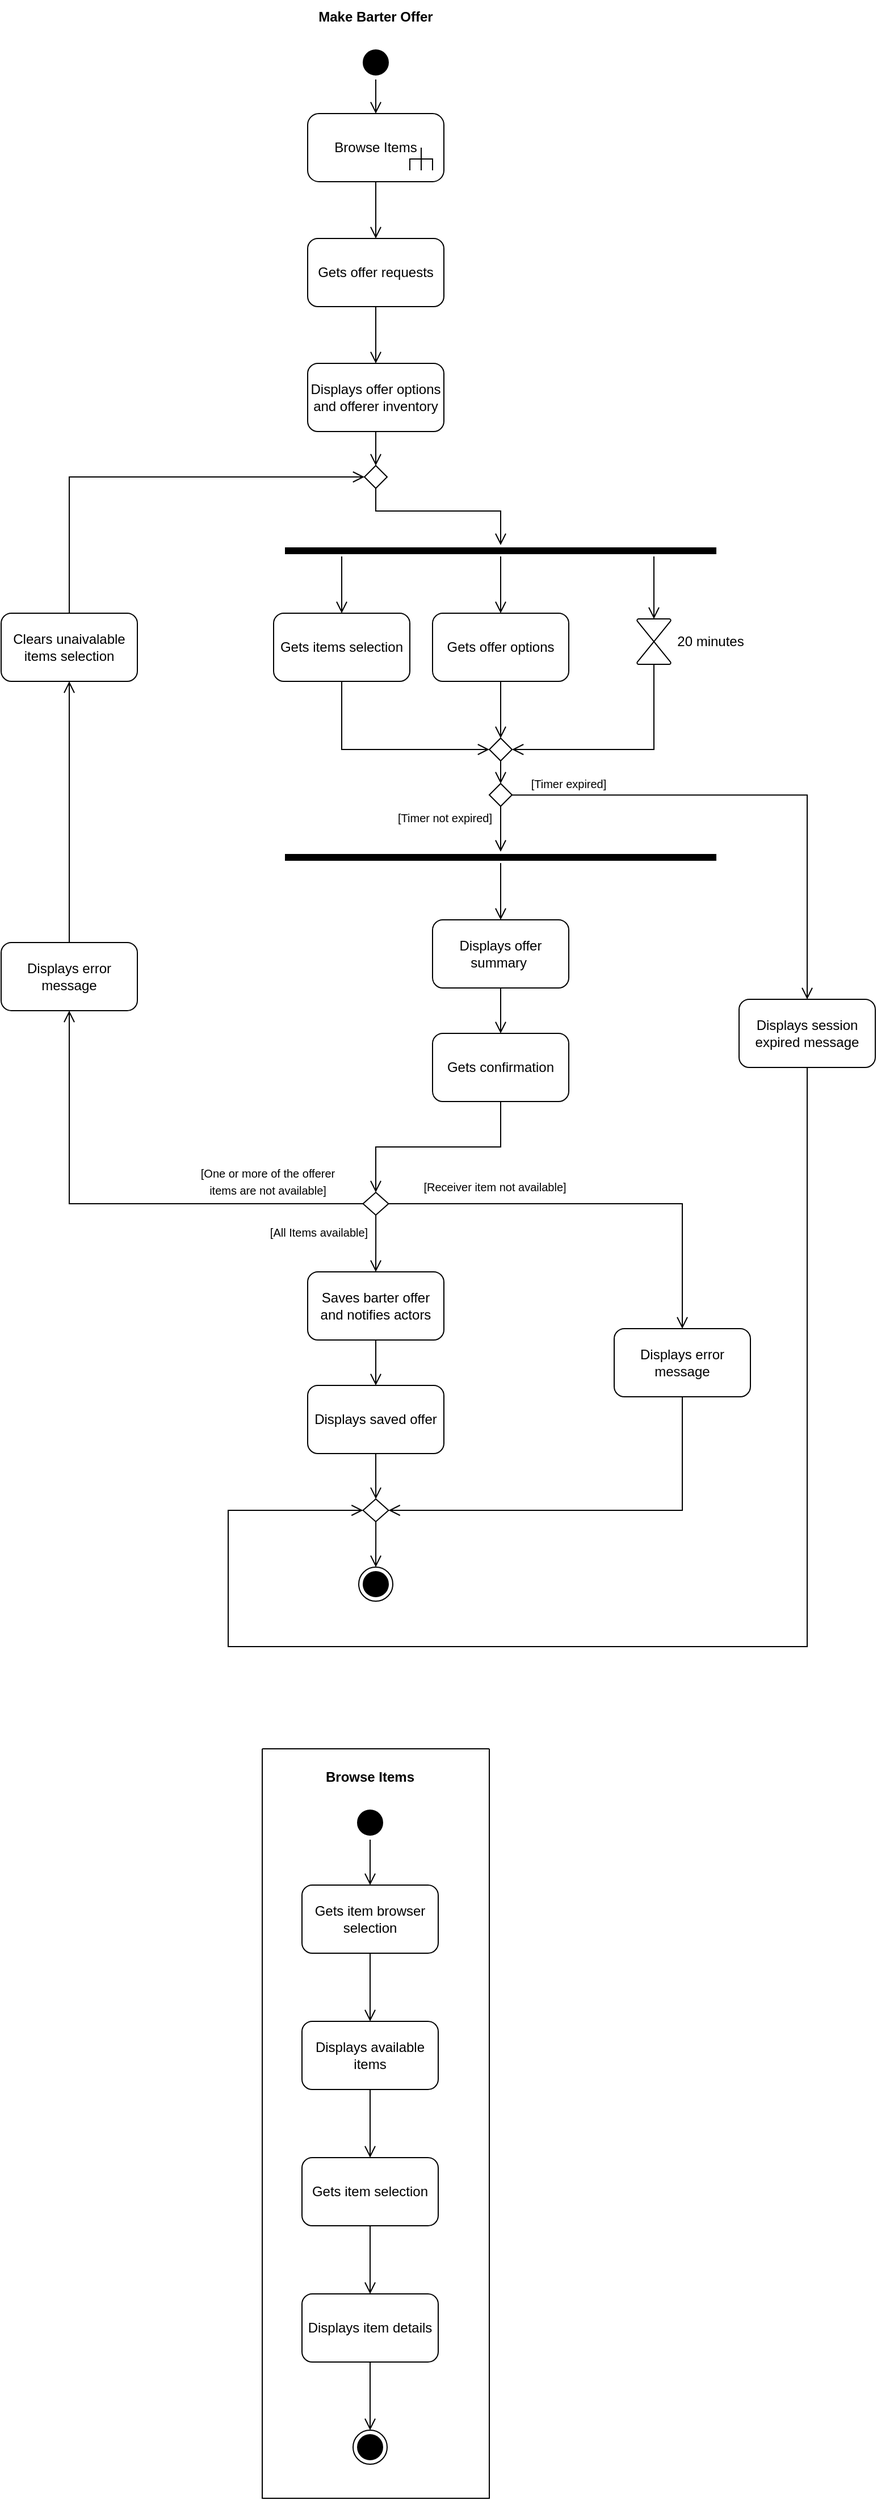
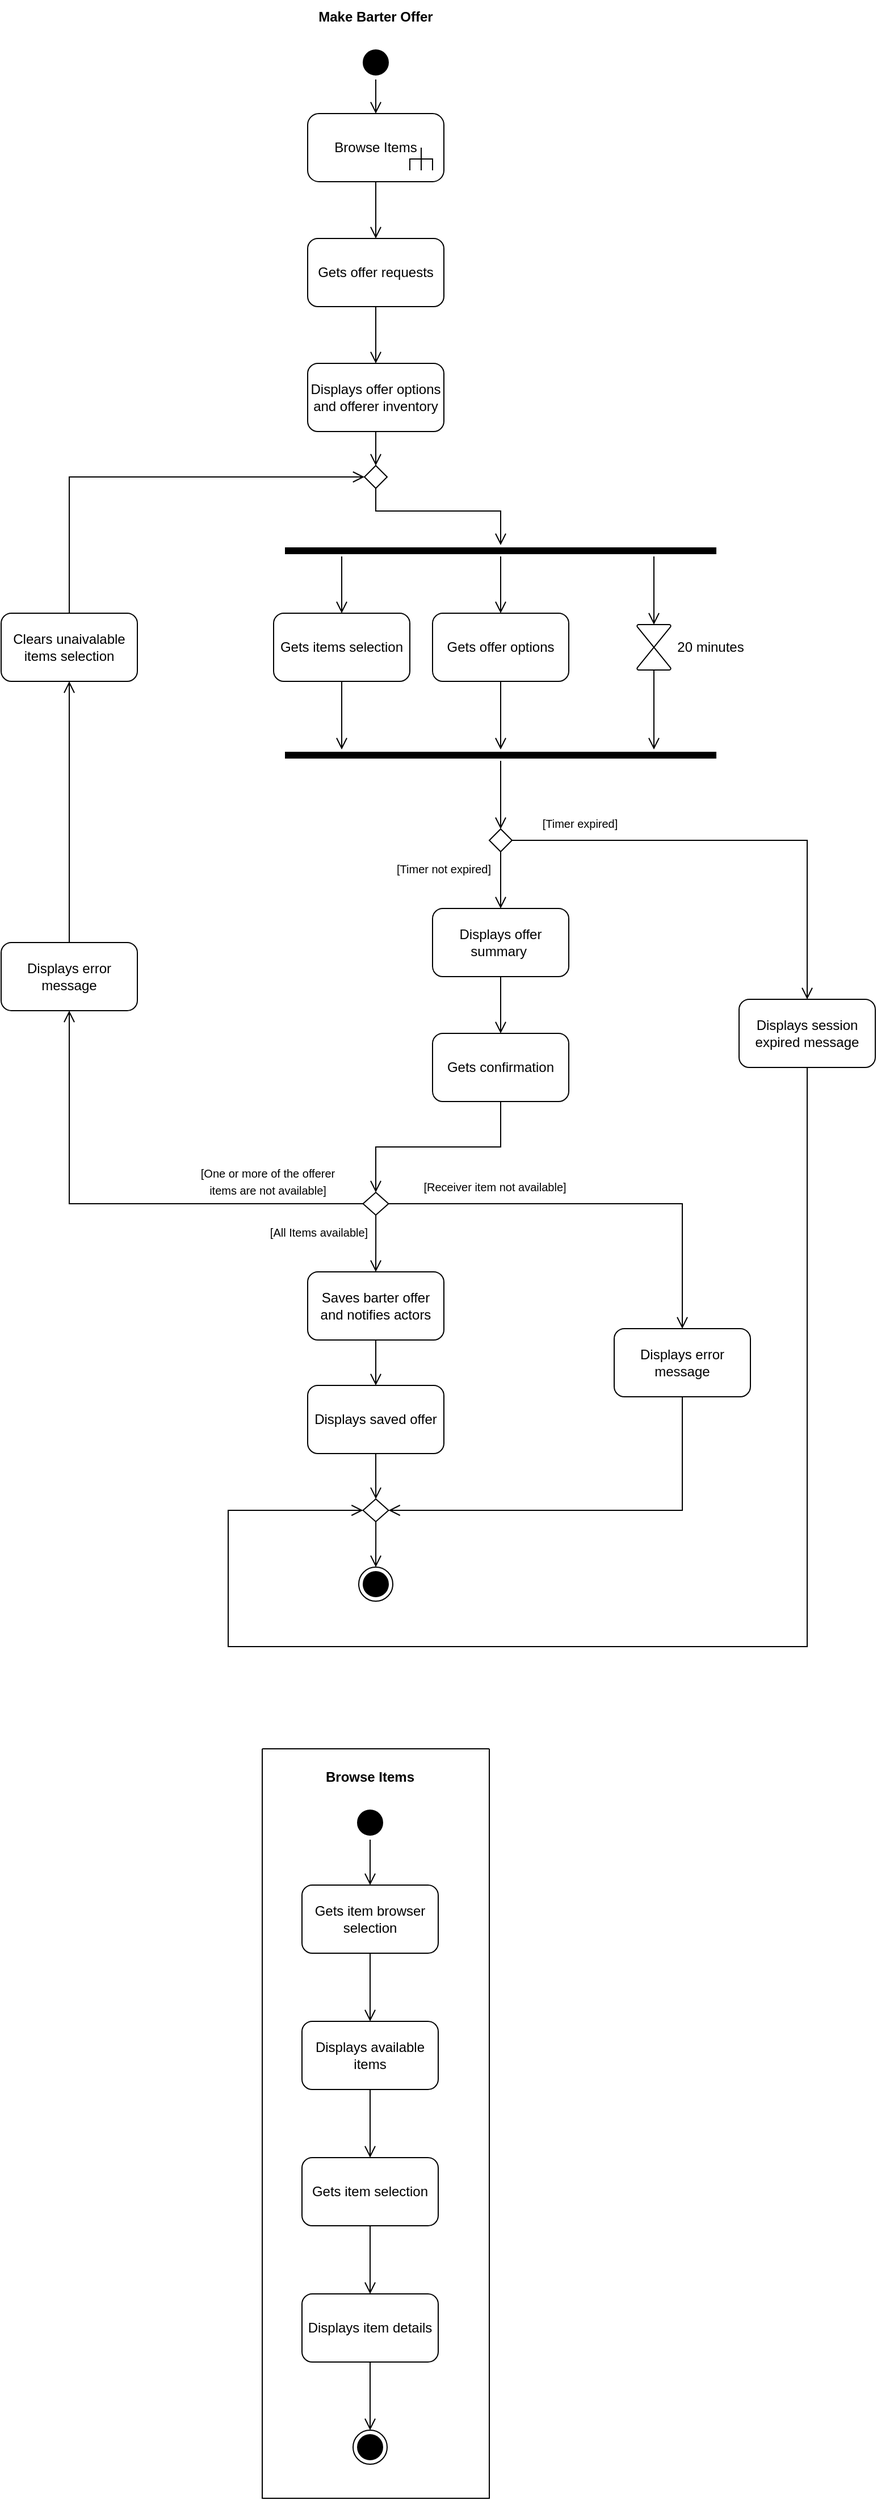
<mxfile host="app.diagrams.net">
  <diagram name="Pagina-1" id="wzVvh0PLMof7XneZ3m_G">
-     <mxGraphModel dx="2500" dy="1423" grid="1" gridSize="10" guides="1" tooltips="1" connect="1" arrows="1" fold="1" page="1" pageScale="1" pageWidth="827" pageHeight="1169" math="0" shadow="0">
+     <mxGraphModel dx="2353" dy="1339" grid="1" gridSize="10" guides="1" tooltips="1" connect="1" arrows="1" fold="1" page="1" pageScale="1" pageWidth="827" pageHeight="1169" math="0" shadow="0">
      <root>
        <mxCell id="0" />
        <mxCell id="1" parent="0" />
        <mxCell id="98pQ5EC6WEBKg6TK99Ge-1" parent="1" style="text;html=1;whiteSpace=wrap;strokeColor=none;fillColor=none;align=center;verticalAlign=middle;rounded=0;" value="&lt;b&gt;Make Barter Offer&lt;/b&gt;" vertex="1">
          <mxGeometry height="30" width="140" x="300" y="20" as="geometry" />
        </mxCell>
        <mxCell id="98pQ5EC6WEBKg6TK99Ge-6" parent="1" style="ellipse;html=1;shape=startState;fillColor=#000000;strokeColor=#000000;" value="" vertex="1">
          <mxGeometry height="30" width="30" x="355" y="60" as="geometry" />
        </mxCell>
        <mxCell id="98pQ5EC6WEBKg6TK99Ge-7" edge="1" parent="1" source="98pQ5EC6WEBKg6TK99Ge-6" style="edgeStyle=orthogonalEdgeStyle;html=1;verticalAlign=bottom;endArrow=open;endSize=8;strokeColor=#000000;rounded=0;" target="_pa2qI_lrXjVzIk5UoWA-33" value="">
          <mxGeometry relative="1" as="geometry">
            <mxPoint x="370" y="120" as="targetPoint" />
          </mxGeometry>
        </mxCell>
        <mxCell id="98pQ5EC6WEBKg6TK99Ge-8" parent="1" style="rounded=1;whiteSpace=wrap;html=1;" value="Gets offer requests" vertex="1">
          <mxGeometry height="60" width="120" x="310" y="230" as="geometry" />
        </mxCell>
        <mxCell id="98pQ5EC6WEBKg6TK99Ge-9" parent="1" style="rounded=1;whiteSpace=wrap;html=1;" value="Displays offer options and offerer inventory" vertex="1">
          <mxGeometry height="60" width="120" x="310" y="340" as="geometry" />
        </mxCell>
        <mxCell id="98pQ5EC6WEBKg6TK99Ge-11" parent="1" style="rounded=1;whiteSpace=wrap;html=1;" value="Displays offer summary&amp;nbsp;" vertex="1">
-           <mxGeometry height="60" width="120" x="420" y="830" as="geometry" />
+           <mxGeometry height="60" width="120" x="420" y="820" as="geometry" />
        </mxCell>
        <mxCell id="98pQ5EC6WEBKg6TK99Ge-12" parent="1" style="rounded=1;whiteSpace=wrap;html=1;" value="Gets confirmation" vertex="1">
          <mxGeometry height="60" width="120" x="420" y="930" as="geometry" />
        </mxCell>
        <mxCell id="98pQ5EC6WEBKg6TK99Ge-14" parent="1" style="rounded=1;whiteSpace=wrap;html=1;" value="Saves barter offer and notifies actors" vertex="1">
          <mxGeometry height="60" width="120" x="310" y="1140" as="geometry" />
        </mxCell>
        <mxCell id="98pQ5EC6WEBKg6TK99Ge-16" parent="1" style="rounded=1;whiteSpace=wrap;html=1;" value="Displays saved offer" vertex="1">
          <mxGeometry height="60" width="120" x="310" y="1240" as="geometry" />
        </mxCell>
        <mxCell id="98pQ5EC6WEBKg6TK99Ge-17" edge="1" parent="1" source="_pa2qI_lrXjVzIk5UoWA-33" style="edgeStyle=orthogonalEdgeStyle;html=1;verticalAlign=bottom;endArrow=open;endSize=8;strokeColor=#000000;rounded=0;" target="98pQ5EC6WEBKg6TK99Ge-8" value="">
          <mxGeometry relative="1" as="geometry">
            <mxPoint x="370" y="180" as="sourcePoint" />
            <mxPoint x="370" y="230" as="targetPoint" />
          </mxGeometry>
        </mxCell>
        <mxCell id="98pQ5EC6WEBKg6TK99Ge-18" edge="1" parent="1" source="98pQ5EC6WEBKg6TK99Ge-8" style="edgeStyle=orthogonalEdgeStyle;html=1;verticalAlign=bottom;endArrow=open;endSize=8;strokeColor=#000000;rounded=0;exitX=0.5;exitY=1;exitDx=0;exitDy=0;" target="98pQ5EC6WEBKg6TK99Ge-9" value="">
          <mxGeometry relative="1" as="geometry">
            <mxPoint x="370" y="320" as="sourcePoint" />
            <mxPoint x="370" y="350" as="targetPoint" />
          </mxGeometry>
        </mxCell>
        <mxCell id="98pQ5EC6WEBKg6TK99Ge-19" edge="1" parent="1" source="98pQ5EC6WEBKg6TK99Ge-9" style="edgeStyle=orthogonalEdgeStyle;html=1;verticalAlign=bottom;endArrow=open;endSize=8;strokeColor=#000000;rounded=0;" target="98pQ5EC6WEBKg6TK99Ge-45" value="">
          <mxGeometry relative="1" as="geometry">
            <mxPoint x="360" y="450" as="sourcePoint" />
            <mxPoint x="360" y="480" as="targetPoint" />
          </mxGeometry>
        </mxCell>
-         <mxCell id="98pQ5EC6WEBKg6TK99Ge-20" edge="1" parent="1" source="_pa2qI_lrXjVzIk5UoWA-3" style="edgeStyle=orthogonalEdgeStyle;html=1;verticalAlign=bottom;endArrow=open;endSize=8;strokeColor=#000000;rounded=0;" target="98pQ5EC6WEBKg6TK99Ge-11" value="">
+         <mxCell id="98pQ5EC6WEBKg6TK99Ge-20" edge="1" parent="1" source="_pa2qI_lrXjVzIk5UoWA-20" style="edgeStyle=orthogonalEdgeStyle;html=1;verticalAlign=bottom;endArrow=open;endSize=8;strokeColor=#000000;rounded=0;" target="98pQ5EC6WEBKg6TK99Ge-11" value="">
          <mxGeometry relative="1" as="geometry">
            <mxPoint x="695" y="1075" as="sourcePoint" />
            <mxPoint x="290" y="900" as="targetPoint" />
          </mxGeometry>
        </mxCell>
        <mxCell id="98pQ5EC6WEBKg6TK99Ge-21" edge="1" parent="1" source="98pQ5EC6WEBKg6TK99Ge-11" style="edgeStyle=orthogonalEdgeStyle;html=1;verticalAlign=bottom;endArrow=open;endSize=8;strokeColor=#000000;rounded=0;" target="98pQ5EC6WEBKg6TK99Ge-12" value="">
          <mxGeometry relative="1" as="geometry">
            <mxPoint x="290" y="990" as="sourcePoint" />
            <mxPoint x="290" y="1020" as="targetPoint" />
          </mxGeometry>
        </mxCell>
        <mxCell id="98pQ5EC6WEBKg6TK99Ge-22" edge="1" parent="1" source="98pQ5EC6WEBKg6TK99Ge-12" style="edgeStyle=orthogonalEdgeStyle;html=1;verticalAlign=bottom;endArrow=open;endSize=8;strokeColor=#000000;rounded=0;" target="98pQ5EC6WEBKg6TK99Ge-34" value="">
          <mxGeometry relative="1" as="geometry">
            <Array as="points">
              <mxPoint x="480" y="1030" />
              <mxPoint x="370" y="1030" />
            </Array>
            <mxPoint x="370" y="1060" as="sourcePoint" />
            <mxPoint x="370" y="1090" as="targetPoint" />
          </mxGeometry>
        </mxCell>
        <mxCell id="98pQ5EC6WEBKg6TK99Ge-23" edge="1" parent="1" source="98pQ5EC6WEBKg6TK99Ge-39" style="edgeStyle=orthogonalEdgeStyle;html=1;verticalAlign=bottom;endArrow=open;endSize=8;strokeColor=#000000;rounded=0;" target="98pQ5EC6WEBKg6TK99Ge-40" value="">
          <mxGeometry relative="1" as="geometry">
            <Array as="points">
              <mxPoint x="640" y="1350" />
            </Array>
            <mxPoint x="710" y="1340" as="sourcePoint" />
            <mxPoint x="370" y="1440" as="targetPoint" />
          </mxGeometry>
        </mxCell>
        <mxCell id="98pQ5EC6WEBKg6TK99Ge-26" edge="1" parent="1" source="98pQ5EC6WEBKg6TK99Ge-34" style="edgeStyle=orthogonalEdgeStyle;html=1;verticalAlign=bottom;endArrow=open;endSize=8;strokeColor=#000000;rounded=0;" target="98pQ5EC6WEBKg6TK99Ge-39" value="">
          <mxGeometry relative="1" as="geometry">
            <mxPoint x="470" y="1080" as="sourcePoint" />
            <mxPoint x="500" y="1080" as="targetPoint" />
          </mxGeometry>
        </mxCell>
        <mxCell id="98pQ5EC6WEBKg6TK99Ge-27" edge="1" parent="1" source="98pQ5EC6WEBKg6TK99Ge-34" style="edgeStyle=orthogonalEdgeStyle;html=1;verticalAlign=bottom;endArrow=open;endSize=8;strokeColor=#000000;rounded=0;exitX=0;exitY=0.5;exitDx=0;exitDy=0;" target="98pQ5EC6WEBKg6TK99Ge-42" value="">
          <mxGeometry relative="1" as="geometry">
            <mxPoint x="500" y="1030" as="sourcePoint" />
            <mxPoint x="200" y="1080" as="targetPoint" />
          </mxGeometry>
        </mxCell>
        <mxCell id="98pQ5EC6WEBKg6TK99Ge-28" edge="1" parent="1" source="98pQ5EC6WEBKg6TK99Ge-40" style="edgeStyle=orthogonalEdgeStyle;html=1;verticalAlign=bottom;endArrow=open;endSize=8;strokeColor=#000000;rounded=0;" target="98pQ5EC6WEBKg6TK99Ge-41" value="">
          <mxGeometry relative="1" as="geometry">
            <mxPoint x="481.05" y="1470" as="sourcePoint" />
            <mxPoint x="481.05" y="1500" as="targetPoint" />
          </mxGeometry>
        </mxCell>
        <mxCell id="98pQ5EC6WEBKg6TK99Ge-31" edge="1" parent="1" source="98pQ5EC6WEBKg6TK99Ge-43" style="edgeStyle=orthogonalEdgeStyle;html=1;verticalAlign=bottom;endArrow=open;endSize=8;strokeColor=#000000;rounded=0;" target="98pQ5EC6WEBKg6TK99Ge-45" value="">
          <mxGeometry relative="1" as="geometry">
            <Array as="points">
              <mxPoint x="100" y="440" />
            </Array>
            <mxPoint x="720" y="700" as="sourcePoint" />
            <mxPoint x="720" y="730" as="targetPoint" />
          </mxGeometry>
        </mxCell>
        <mxCell id="98pQ5EC6WEBKg6TK99Ge-32" edge="1" parent="1" source="98pQ5EC6WEBKg6TK99Ge-45" style="edgeStyle=orthogonalEdgeStyle;html=1;verticalAlign=bottom;endArrow=open;endSize=8;strokeColor=#000000;rounded=0;" target="_pa2qI_lrXjVzIk5UoWA-2" value="">
          <mxGeometry relative="1" as="geometry">
            <Array as="points">
              <mxPoint x="370" y="470" />
              <mxPoint x="480" y="470" />
            </Array>
            <mxPoint x="690" y="695" as="sourcePoint" />
            <mxPoint x="690" y="725" as="targetPoint" />
          </mxGeometry>
        </mxCell>
        <mxCell id="98pQ5EC6WEBKg6TK99Ge-33" edge="1" parent="1" source="98pQ5EC6WEBKg6TK99Ge-34" style="edgeStyle=orthogonalEdgeStyle;html=1;verticalAlign=bottom;endArrow=open;endSize=8;strokeColor=#000000;rounded=0;" target="98pQ5EC6WEBKg6TK99Ge-14" value="">
          <mxGeometry relative="1" as="geometry">
            <mxPoint x="540" y="1080" as="sourcePoint" />
            <mxPoint x="370" y="1120" as="targetPoint" />
          </mxGeometry>
        </mxCell>
        <mxCell id="98pQ5EC6WEBKg6TK99Ge-34" parent="1" style="rhombus;whiteSpace=wrap;html=1;" value="" vertex="1">
          <mxGeometry height="20" width="22.5" x="358.75" y="1070" as="geometry" />
        </mxCell>
        <mxCell id="98pQ5EC6WEBKg6TK99Ge-36" parent="1" style="text;html=1;whiteSpace=wrap;strokeColor=none;fillColor=none;align=center;verticalAlign=middle;rounded=0;" value="&lt;font style=&quot;font-size: 10px;&quot;&gt;[Receiver item not available]&lt;/font&gt;" vertex="1">
          <mxGeometry height="30" width="130" x="410" y="1050" as="geometry" />
        </mxCell>
        <mxCell id="98pQ5EC6WEBKg6TK99Ge-37" parent="1" style="text;html=1;whiteSpace=wrap;strokeColor=none;fillColor=none;align=center;verticalAlign=middle;rounded=0;" value="&lt;font style=&quot;font-size: 10px;&quot;&gt;[One or more of the offerer items are not available]&lt;/font&gt;" vertex="1">
          <mxGeometry height="30" width="130" x="210" y="1045" as="geometry" />
        </mxCell>
        <mxCell id="98pQ5EC6WEBKg6TK99Ge-38" parent="1" style="text;html=1;whiteSpace=wrap;strokeColor=none;fillColor=none;align=center;verticalAlign=middle;rounded=0;" value="&lt;font style=&quot;font-size: 10px;&quot;&gt;[All Items available]&lt;/font&gt;" vertex="1">
          <mxGeometry height="30" width="90" x="275" y="1090" as="geometry" />
        </mxCell>
        <mxCell id="98pQ5EC6WEBKg6TK99Ge-39" parent="1" style="rounded=1;whiteSpace=wrap;html=1;" value="Displays error message" vertex="1">
          <mxGeometry height="60" width="120" x="580" y="1190" as="geometry" />
        </mxCell>
        <mxCell id="98pQ5EC6WEBKg6TK99Ge-40" parent="1" style="rhombus;whiteSpace=wrap;html=1;" value="" vertex="1">
          <mxGeometry height="20" width="22.5" x="358.75" y="1340" as="geometry" />
        </mxCell>
        <mxCell id="98pQ5EC6WEBKg6TK99Ge-41" parent="1" style="ellipse;html=1;shape=endState;fillColor=#000000;strokeColor=#000000;" value="" vertex="1">
          <mxGeometry height="30" width="30" x="355" y="1400" as="geometry" />
        </mxCell>
        <mxCell id="98pQ5EC6WEBKg6TK99Ge-42" parent="1" style="rounded=1;whiteSpace=wrap;html=1;" value="Displays error message" vertex="1">
          <mxGeometry height="60" width="120" x="40" y="850" as="geometry" />
        </mxCell>
        <mxCell id="98pQ5EC6WEBKg6TK99Ge-43" parent="1" style="rounded=1;whiteSpace=wrap;html=1;" value="Clears unaivalable items selection" vertex="1">
          <mxGeometry height="60" width="120" x="40" y="560" as="geometry" />
        </mxCell>
        <mxCell id="98pQ5EC6WEBKg6TK99Ge-45" parent="1" style="rhombus;whiteSpace=wrap;html=1;" value="" vertex="1">
          <mxGeometry height="20" width="20" x="360" y="430" as="geometry" />
        </mxCell>
        <mxCell id="98pQ5EC6WEBKg6TK99Ge-47" edge="1" parent="1" source="98pQ5EC6WEBKg6TK99Ge-42" style="edgeStyle=orthogonalEdgeStyle;html=1;verticalAlign=bottom;endArrow=open;endSize=8;strokeColor=#000000;rounded=0;" target="98pQ5EC6WEBKg6TK99Ge-43" value="">
          <mxGeometry relative="1" as="geometry">
            <mxPoint x="190" y="450" as="sourcePoint" />
            <mxPoint x="190" y="480" as="targetPoint" />
          </mxGeometry>
        </mxCell>
        <mxCell id="98pQ5EC6WEBKg6TK99Ge-49" edge="1" parent="1" source="98pQ5EC6WEBKg6TK99Ge-16" style="edgeStyle=orthogonalEdgeStyle;html=1;verticalAlign=bottom;endArrow=open;endSize=8;strokeColor=#000000;rounded=0;" target="98pQ5EC6WEBKg6TK99Ge-40" value="">
          <mxGeometry relative="1" as="geometry">
            <mxPoint x="550" y="890" as="sourcePoint" />
            <mxPoint x="400" y="1420" as="targetPoint" />
          </mxGeometry>
        </mxCell>
        <mxCell id="98pQ5EC6WEBKg6TK99Ge-54" edge="1" parent="1" source="98pQ5EC6WEBKg6TK99Ge-14" style="edgeStyle=orthogonalEdgeStyle;html=1;verticalAlign=bottom;endArrow=open;endSize=8;strokeColor=#000000;rounded=0;" target="98pQ5EC6WEBKg6TK99Ge-16" value="">
          <mxGeometry relative="1" as="geometry">
            <mxPoint x="370" y="1280" as="sourcePoint" />
            <mxPoint x="370" y="1350" as="targetPoint" />
          </mxGeometry>
        </mxCell>
        <mxCell id="98pQ5EC6WEBKg6TK99Ge-60" parent="1" style="rounded=1;whiteSpace=wrap;html=1;" value="Gets item browser selection" vertex="1">
          <mxGeometry height="60" width="120" x="305" y="1680" as="geometry" />
        </mxCell>
        <mxCell id="98pQ5EC6WEBKg6TK99Ge-61" parent="1" style="rounded=1;whiteSpace=wrap;html=1;" value="Displays available items" vertex="1">
          <mxGeometry height="60" width="120" x="305" y="1800" as="geometry" />
        </mxCell>
        <mxCell id="98pQ5EC6WEBKg6TK99Ge-62" parent="1" style="rounded=1;whiteSpace=wrap;html=1;" value="Gets item selection" vertex="1">
          <mxGeometry height="60" width="120" x="305" y="1920" as="geometry" />
        </mxCell>
        <mxCell id="98pQ5EC6WEBKg6TK99Ge-63" parent="1" style="ellipse;html=1;shape=startState;fillColor=#000000;strokeColor=#000000;" value="" vertex="1">
          <mxGeometry height="30" width="30" x="350" y="1610" as="geometry" />
        </mxCell>
        <mxCell id="98pQ5EC6WEBKg6TK99Ge-64" parent="1" style="ellipse;html=1;shape=endState;fillColor=#000000;strokeColor=#000000;" value="" vertex="1">
          <mxGeometry height="30" width="30" x="350" y="2160" as="geometry" />
        </mxCell>
        <mxCell id="98pQ5EC6WEBKg6TK99Ge-65" edge="1" parent="1" source="98pQ5EC6WEBKg6TK99Ge-63" style="edgeStyle=orthogonalEdgeStyle;html=1;verticalAlign=bottom;endArrow=open;endSize=8;strokeColor=#000000;rounded=0;" target="98pQ5EC6WEBKg6TK99Ge-60" value="">
          <mxGeometry relative="1" as="geometry">
            <mxPoint x="410" y="1640" as="sourcePoint" />
            <mxPoint x="410" y="1670" as="targetPoint" />
          </mxGeometry>
        </mxCell>
        <mxCell id="98pQ5EC6WEBKg6TK99Ge-66" edge="1" parent="1" source="98pQ5EC6WEBKg6TK99Ge-60" style="edgeStyle=orthogonalEdgeStyle;html=1;verticalAlign=bottom;endArrow=open;endSize=8;strokeColor=#000000;rounded=0;" target="98pQ5EC6WEBKg6TK99Ge-61" value="">
          <mxGeometry relative="1" as="geometry">
            <mxPoint x="430" y="1790" as="sourcePoint" />
            <mxPoint x="430" y="1820" as="targetPoint" />
          </mxGeometry>
        </mxCell>
        <mxCell id="98pQ5EC6WEBKg6TK99Ge-67" edge="1" parent="1" source="98pQ5EC6WEBKg6TK99Ge-61" style="edgeStyle=orthogonalEdgeStyle;html=1;verticalAlign=bottom;endArrow=open;endSize=8;strokeColor=#000000;rounded=0;" target="98pQ5EC6WEBKg6TK99Ge-62" value="">
          <mxGeometry relative="1" as="geometry">
            <mxPoint x="500" y="2000" as="sourcePoint" />
            <mxPoint x="500" y="2030" as="targetPoint" />
          </mxGeometry>
        </mxCell>
        <mxCell id="98pQ5EC6WEBKg6TK99Ge-68" edge="1" parent="1" source="98pQ5EC6WEBKg6TK99Ge-62" style="edgeStyle=orthogonalEdgeStyle;html=1;verticalAlign=bottom;endArrow=open;endSize=8;strokeColor=#000000;rounded=0;" target="98pQ5EC6WEBKg6TK99Ge-70" value="">
          <mxGeometry relative="1" as="geometry">
            <mxPoint x="510" y="2140" as="sourcePoint" />
            <mxPoint x="510" y="2170" as="targetPoint" />
          </mxGeometry>
        </mxCell>
        <mxCell id="98pQ5EC6WEBKg6TK99Ge-69" edge="1" parent="1" source="98pQ5EC6WEBKg6TK99Ge-70" style="edgeStyle=orthogonalEdgeStyle;html=1;verticalAlign=bottom;endArrow=open;endSize=8;strokeColor=#000000;rounded=0;" target="98pQ5EC6WEBKg6TK99Ge-64" value="">
          <mxGeometry relative="1" as="geometry">
            <mxPoint x="490" y="2280" as="sourcePoint" />
            <mxPoint x="490" y="2310" as="targetPoint" />
          </mxGeometry>
        </mxCell>
        <mxCell id="98pQ5EC6WEBKg6TK99Ge-70" parent="1" style="rounded=1;whiteSpace=wrap;html=1;" value="Displays item details" vertex="1">
          <mxGeometry height="60" width="120" x="305" y="2040" as="geometry" />
        </mxCell>
        <mxCell id="_pa2qI_lrXjVzIk5UoWA-2" parent="1" style="shape=line;html=1;strokeWidth=6;strokeColor=#000000;" value="" vertex="1">
          <mxGeometry height="10" width="380" x="290" y="500" as="geometry" />
        </mxCell>
        <mxCell id="_pa2qI_lrXjVzIk5UoWA-3" parent="1" style="shape=line;html=1;strokeWidth=6;strokeColor=#000000;" value="" vertex="1">
-           <mxGeometry height="10" width="380" x="290" y="770" as="geometry" />
+           <mxGeometry height="10" width="380" x="290" y="680" as="geometry" />
        </mxCell>
        <mxCell id="_pa2qI_lrXjVzIk5UoWA-4" parent="1" style="rounded=1;whiteSpace=wrap;html=1;" value="Gets items selection" vertex="1">
          <mxGeometry height="60" width="120" x="280" y="560" as="geometry" />
        </mxCell>
        <mxCell id="_pa2qI_lrXjVzIk5UoWA-5" parent="1" style="rounded=1;whiteSpace=wrap;html=1;" value="Gets offer options" vertex="1">
          <mxGeometry height="60" width="120" x="420" y="560" as="geometry" />
        </mxCell>
        <mxCell id="_pa2qI_lrXjVzIk5UoWA-8" parent="1" style="verticalLabelPosition=bottom;verticalAlign=top;html=1;shape=mxgraph.flowchart.collate;" value="" vertex="1">
-           <mxGeometry height="40" width="30" x="600" y="565" as="geometry" />
+           <mxGeometry height="40" width="30" x="600" y="570" as="geometry" />
        </mxCell>
        <mxCell id="_pa2qI_lrXjVzIk5UoWA-9" edge="1" parent="1" source="_pa2qI_lrXjVzIk5UoWA-2" style="edgeStyle=orthogonalEdgeStyle;html=1;verticalAlign=bottom;endArrow=open;endSize=8;strokeColor=#000000;rounded=0;" target="_pa2qI_lrXjVzIk5UoWA-4" value="">
          <mxGeometry relative="1" as="geometry">
            <Array as="points">
              <mxPoint x="340" y="520" />
              <mxPoint x="340" y="520" />
            </Array>
            <mxPoint x="800" y="520" as="sourcePoint" />
            <mxPoint x="800" y="570" as="targetPoint" />
          </mxGeometry>
        </mxCell>
        <mxCell id="_pa2qI_lrXjVzIk5UoWA-10" parent="1" style="text;html=1;whiteSpace=wrap;strokeColor=none;fillColor=none;align=center;verticalAlign=middle;rounded=0;" value="20 minutes" vertex="1">
-           <mxGeometry height="30" width="90" x="620" y="570" as="geometry" />
-         </mxCell>
-         <mxCell id="_pa2qI_lrXjVzIk5UoWA-11" parent="1" style="rhombus;whiteSpace=wrap;html=1;" value="" vertex="1">
-           <mxGeometry height="20" width="20" x="470" y="670" as="geometry" />
+           <mxGeometry height="30" width="90" x="620" y="575" as="geometry" />
        </mxCell>
        <mxCell id="_pa2qI_lrXjVzIk5UoWA-12" edge="1" parent="1" source="_pa2qI_lrXjVzIk5UoWA-2" style="edgeStyle=orthogonalEdgeStyle;html=1;verticalAlign=bottom;endArrow=open;endSize=8;strokeColor=#000000;rounded=0;" target="_pa2qI_lrXjVzIk5UoWA-8" value="">
          <mxGeometry relative="1" as="geometry">
            <Array as="points">
              <mxPoint x="615" y="520" />
              <mxPoint x="615" y="520" />
            </Array>
            <mxPoint x="790" y="760" as="sourcePoint" />
            <mxPoint x="790" y="810" as="targetPoint" />
          </mxGeometry>
        </mxCell>
        <mxCell id="_pa2qI_lrXjVzIk5UoWA-13" edge="1" parent="1" source="_pa2qI_lrXjVzIk5UoWA-2" style="edgeStyle=orthogonalEdgeStyle;html=1;verticalAlign=bottom;endArrow=open;endSize=8;strokeColor=#000000;rounded=0;" target="_pa2qI_lrXjVzIk5UoWA-5" value="">
          <mxGeometry relative="1" as="geometry">
            <mxPoint x="800" y="410" as="sourcePoint" />
            <mxPoint x="800" y="460" as="targetPoint" />
          </mxGeometry>
        </mxCell>
-         <mxCell id="_pa2qI_lrXjVzIk5UoWA-14" edge="1" parent="1" source="_pa2qI_lrXjVzIk5UoWA-8" style="edgeStyle=orthogonalEdgeStyle;html=1;verticalAlign=bottom;endArrow=open;endSize=8;strokeColor=#000000;rounded=0;" target="_pa2qI_lrXjVzIk5UoWA-11" value="">
-           <mxGeometry relative="1" as="geometry">
-             <Array as="points">
-               <mxPoint x="615" y="680" />
+         <mxCell id="_pa2qI_lrXjVzIk5UoWA-14" edge="1" parent="1" source="_pa2qI_lrXjVzIk5UoWA-8" style="edgeStyle=orthogonalEdgeStyle;html=1;verticalAlign=bottom;endArrow=open;endSize=8;strokeColor=#000000;rounded=0;" target="_pa2qI_lrXjVzIk5UoWA-3" value="">
+           <mxGeometry relative="1" as="geometry">
+             <Array as="points">
+               <mxPoint x="615" y="650" />
+               <mxPoint x="615" y="650" />
            </Array>
            <mxPoint x="960" y="550" as="sourcePoint" />
-             <mxPoint x="890" y="730" as="targetPoint" />
-           </mxGeometry>
-         </mxCell>
-         <mxCell id="_pa2qI_lrXjVzIk5UoWA-15" edge="1" parent="1" source="_pa2qI_lrXjVzIk5UoWA-11" style="edgeStyle=orthogonalEdgeStyle;html=1;verticalAlign=bottom;endArrow=open;endSize=8;strokeColor=#000000;rounded=0;exitX=0.5;exitY=1;exitDx=0;exitDy=0;" target="_pa2qI_lrXjVzIk5UoWA-20" value="">
-           <mxGeometry relative="1" as="geometry">
-             <Array as="points">
-               <mxPoint x="480" y="700" />
-             </Array>
-             <mxPoint x="1000" y="700" as="sourcePoint" />
-             <mxPoint x="1000" y="750" as="targetPoint" />
-           </mxGeometry>
-         </mxCell>
-         <mxCell id="_pa2qI_lrXjVzIk5UoWA-16" edge="1" parent="1" source="_pa2qI_lrXjVzIk5UoWA-5" style="edgeStyle=orthogonalEdgeStyle;html=1;verticalAlign=bottom;endArrow=open;endSize=8;strokeColor=#000000;rounded=0;" target="_pa2qI_lrXjVzIk5UoWA-11" value="">
+             <mxPoint x="490" y="680" as="targetPoint" />
+           </mxGeometry>
+         </mxCell>
+         <mxCell id="_pa2qI_lrXjVzIk5UoWA-16" edge="1" parent="1" source="_pa2qI_lrXjVzIk5UoWA-5" style="edgeStyle=orthogonalEdgeStyle;html=1;verticalAlign=bottom;endArrow=open;endSize=8;strokeColor=#000000;rounded=0;" target="_pa2qI_lrXjVzIk5UoWA-3" value="">
          <mxGeometry relative="1" as="geometry">
            <Array as="points" />
            <mxPoint x="420" y="640" as="sourcePoint" />
-             <mxPoint x="420" y="670" as="targetPoint" />
-           </mxGeometry>
-         </mxCell>
-         <mxCell id="_pa2qI_lrXjVzIk5UoWA-17" edge="1" parent="1" source="_pa2qI_lrXjVzIk5UoWA-4" style="edgeStyle=orthogonalEdgeStyle;html=1;verticalAlign=bottom;endArrow=open;endSize=8;strokeColor=#000000;rounded=0;" target="_pa2qI_lrXjVzIk5UoWA-11" value="">
-           <mxGeometry relative="1" as="geometry">
-             <Array as="points">
-               <mxPoint x="340" y="680" />
+             <mxPoint x="480" y="670" as="targetPoint" />
+           </mxGeometry>
+         </mxCell>
+         <mxCell id="_pa2qI_lrXjVzIk5UoWA-17" edge="1" parent="1" source="_pa2qI_lrXjVzIk5UoWA-4" style="edgeStyle=orthogonalEdgeStyle;html=1;verticalAlign=bottom;endArrow=open;endSize=8;strokeColor=#000000;rounded=0;" target="_pa2qI_lrXjVzIk5UoWA-3" value="">
+           <mxGeometry relative="1" as="geometry">
+             <Array as="points">
+               <mxPoint x="340" y="650" />
+               <mxPoint x="340" y="650" />
            </Array>
            <mxPoint x="360" y="660" as="sourcePoint" />
-             <mxPoint x="360" y="690" as="targetPoint" />
-           </mxGeometry>
-         </mxCell>
-         <mxCell id="_pa2qI_lrXjVzIk5UoWA-18" edge="1" parent="1" style="edgeStyle=orthogonalEdgeStyle;html=1;verticalAlign=bottom;endArrow=open;endSize=8;strokeColor=#000000;rounded=0;" target="_pa2qI_lrXjVzIk5UoWA-22" value="">
-           <mxGeometry relative="1" as="geometry">
-             <Array as="points">
-               <mxPoint x="750" y="720" />
+             <mxPoint x="470" y="680" as="targetPoint" />
+           </mxGeometry>
+         </mxCell>
+         <mxCell id="_pa2qI_lrXjVzIk5UoWA-18" edge="1" parent="1" source="_pa2qI_lrXjVzIk5UoWA-20" style="edgeStyle=orthogonalEdgeStyle;html=1;verticalAlign=bottom;endArrow=open;endSize=8;strokeColor=#000000;rounded=0;" target="_pa2qI_lrXjVzIk5UoWA-22" value="">
+           <mxGeometry relative="1" as="geometry">
+             <Array as="points">
+               <mxPoint x="750" y="760" />
            </Array>
            <mxPoint x="480.0030769230762" y="720.0769230769229" as="sourcePoint" />
            <mxPoint x="760.08" y="900" as="targetPoint" />
          </mxGeometry>
        </mxCell>
-         <mxCell id="_pa2qI_lrXjVzIk5UoWA-19" edge="1" parent="1" source="_pa2qI_lrXjVzIk5UoWA-20" style="edgeStyle=orthogonalEdgeStyle;html=1;verticalAlign=bottom;endArrow=open;endSize=8;strokeColor=#000000;rounded=0;" target="_pa2qI_lrXjVzIk5UoWA-3" value="">
-           <mxGeometry relative="1" as="geometry">
-             <Array as="points">
-               <mxPoint x="480" y="740" />
-               <mxPoint x="480" y="740" />
-             </Array>
-             <mxPoint x="540" y="770" as="sourcePoint" />
-             <mxPoint x="540" y="800" as="targetPoint" />
-           </mxGeometry>
-         </mxCell>
        <mxCell id="_pa2qI_lrXjVzIk5UoWA-20" parent="1" style="rhombus;whiteSpace=wrap;html=1;" value="" vertex="1">
-           <mxGeometry height="20" width="20" x="470" y="710" as="geometry" />
+           <mxGeometry height="20" width="20" x="470" y="750" as="geometry" />
        </mxCell>
        <mxCell id="_pa2qI_lrXjVzIk5UoWA-21" parent="1" style="text;html=1;whiteSpace=wrap;strokeColor=none;fillColor=none;align=center;verticalAlign=middle;rounded=0;" value="&lt;font style=&quot;font-size: 10px;&quot;&gt;[Timer expired]&lt;/font&gt;" vertex="1">
-           <mxGeometry height="30" width="100" x="490" y="695" as="geometry" />
+           <mxGeometry height="30" width="100" x="500" y="730" as="geometry" />
        </mxCell>
        <mxCell id="_pa2qI_lrXjVzIk5UoWA-22" parent="1" style="rounded=1;whiteSpace=wrap;html=1;" value="Displays session expired message" vertex="1">
          <mxGeometry height="60" width="120" x="690" y="900" as="geometry" />
        </mxCell>
        <mxCell id="_pa2qI_lrXjVzIk5UoWA-23" parent="1" style="text;html=1;whiteSpace=wrap;strokeColor=none;fillColor=none;align=center;verticalAlign=middle;rounded=0;" value="&lt;font style=&quot;font-size: 10px;&quot;&gt;[Timer not expired]&lt;/font&gt;" vertex="1">
-           <mxGeometry height="30" width="100" x="381.25" y="725" as="geometry" />
+           <mxGeometry height="30" width="100" x="380" y="770" as="geometry" />
        </mxCell>
        <mxCell id="_pa2qI_lrXjVzIk5UoWA-25" edge="1" parent="1" source="_pa2qI_lrXjVzIk5UoWA-22" style="edgeStyle=orthogonalEdgeStyle;html=1;verticalAlign=bottom;endArrow=open;endSize=8;strokeColor=#000000;rounded=0;" target="98pQ5EC6WEBKg6TK99Ge-40" value="">
          <mxGeometry relative="1" as="geometry">
            <Array as="points">
              <mxPoint x="750" y="1470" />
              <mxPoint x="240" y="1470" />
              <mxPoint x="240" y="1350" />
            </Array>
            <mxPoint x="1310" y="910" as="sourcePoint" />
            <mxPoint x="1140" y="1240" as="targetPoint" />
          </mxGeometry>
        </mxCell>
        <mxCell id="_pa2qI_lrXjVzIk5UoWA-26" parent="1" style="swimlane;startSize=0;" value="" vertex="1">
          <mxGeometry height="660" width="200" x="270" y="1560" as="geometry" />
        </mxCell>
        <mxCell id="98pQ5EC6WEBKg6TK99Ge-3" parent="_pa2qI_lrXjVzIk5UoWA-26" style="text;html=1;whiteSpace=wrap;strokeColor=none;fillColor=none;align=center;verticalAlign=middle;rounded=0;" value="&lt;b&gt;Browse Items&lt;/b&gt;" vertex="1">
          <mxGeometry height="30" width="100" x="45" y="10" as="geometry" />
        </mxCell>
        <mxCell id="_pa2qI_lrXjVzIk5UoWA-33" parent="1" style="html=1;shape=mxgraph.sysml.callBehAct;whiteSpace=wrap;align=center;" value="Browse Items" vertex="1">
          <mxGeometry height="60" width="120" x="310" y="120" as="geometry" />
+         </mxCell>
+         <mxCell id="_pa2qI_lrXjVzIk5UoWA-34" edge="1" parent="1" source="_pa2qI_lrXjVzIk5UoWA-3" style="edgeStyle=orthogonalEdgeStyle;html=1;verticalAlign=bottom;endArrow=open;endSize=8;strokeColor=#000000;rounded=0;" target="_pa2qI_lrXjVzIk5UoWA-20" value="">
+           <mxGeometry relative="1" as="geometry">
+             <mxPoint x="490" y="740" as="sourcePoint" />
+             <mxPoint x="420" y="760" as="targetPoint" />
+           </mxGeometry>
        </mxCell>
      </root>
    </mxGraphModel>
  </diagram>
</mxfile>
